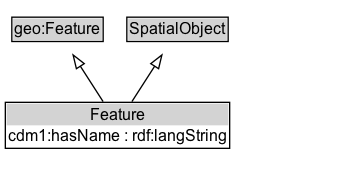
Above: docs/diagrams/Feature.dot.png in ISO-TC204/ontology-its-location-v1 (Graphviz), before the change. Its source is kept beside it as docs/diagrams/Feature.dot.
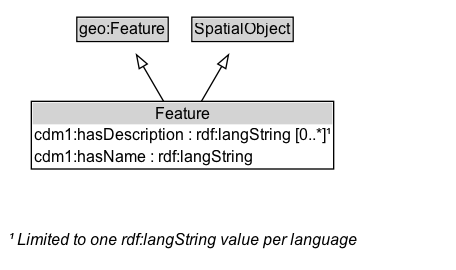
Later version of the same file.

The edit, as a diff of the source:
```diff
@@ -7,7 +7,7 @@
 		geo_Feature [label=<<TABLE BORDER="1" CELLBORDER="0" CELLSPACING="0" CELLPADDING="1"><TR><TD BGCOLOR="lightgray" ALIGN="CENTER">geo:Feature</TD></TR></TABLE>> URL="https://w3id.org/citydata/imported/geo/latest/Feature" margin=0]
 		SpatialObject [label=<<TABLE BORDER="1" CELLBORDER="0" CELLSPACING="0" CELLPADDING="1"><TR><TD BGCOLOR="lightgray" ALIGN="CENTER">SpatialObject</TD></TR></TABLE>> URL="../SpatialObject" margin=0]
 	}
-	Feature [label=<<TABLE BORDER="1" CELLBORDER="0" CELLSPACING="0" CELLPADDING="1"><TR><TD BGCOLOR="lightgray" ALIGN="CENTER">Feature</TD></TR><TR><TD ALIGN="LEFT">cdm1:hasName : rdf:langString</TD></TR></TABLE>> URL="../Feature" margin=0]
+	Feature [label=<<TABLE BORDER="1" CELLBORDER="0" CELLSPACING="0" CELLPADDING="1"><TR><TD BGCOLOR="lightgray" ALIGN="CENTER">Feature</TD></TR><TR><TD ALIGN="LEFT">cdm1:hasDescription : rdf:langString [0..*]¹</TD></TR><TR><TD ALIGN="LEFT">cdm1:hasName : rdf:langString</TD></TR></TABLE>> URL="../Feature" margin=0]
 	{
 		rank=max
 	}
@@ -17,4 +17,6 @@
 	}
 	Feature -> geo_Feature [arrowhead=onormal style=solid]
 	Feature -> SpatialObject [arrowhead=onormal style=solid]
+	Feature_uniqueLang_note [label=<<TABLE BORDER="0" CELLBORDER="0" CELLSPACING="0" CELLPADDING="2"><TR><TD ALIGN="LEFT"><I>¹ Limited to one rdf:langString value per language</I></TD></TR></TABLE>> margin=0]
+	Feature -> Feature_uniqueLang_note [style=invis]
 }
```
